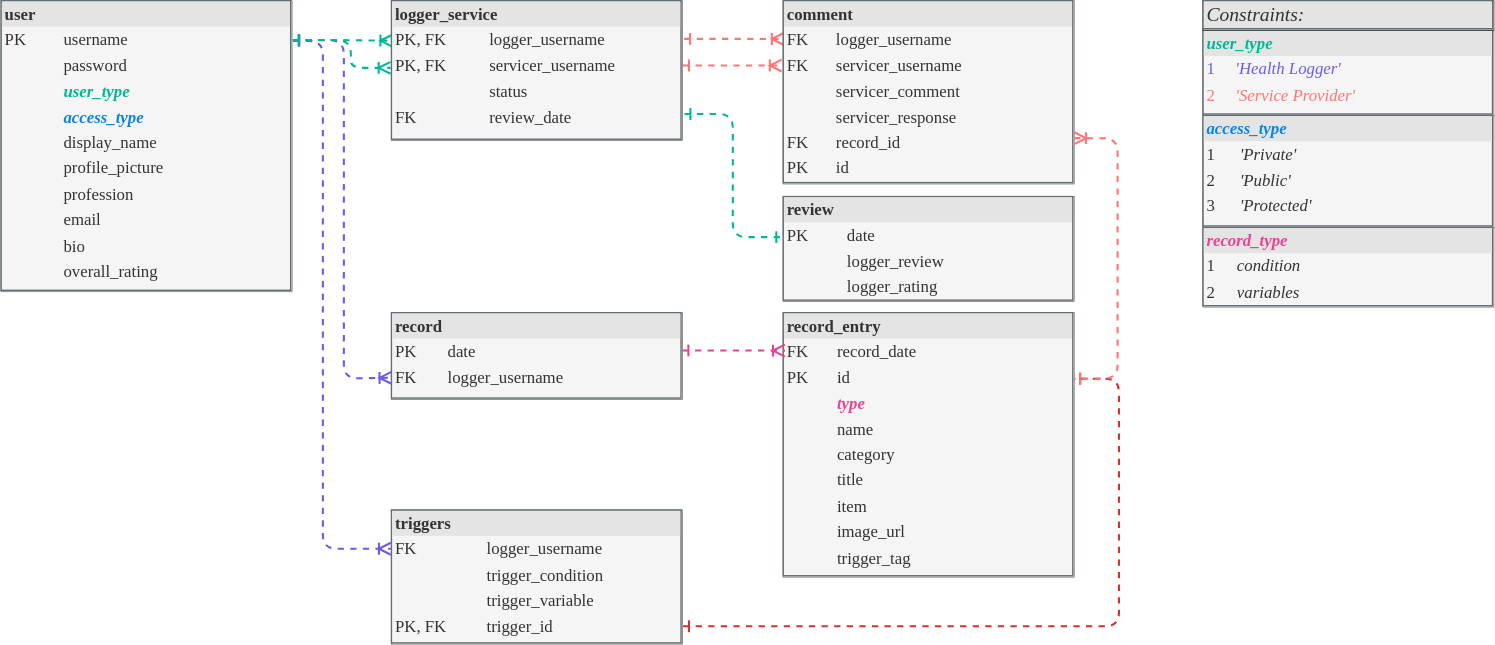
The draw.io diagram diagrams/database/display-db-rs.drawio.svg in mervin-njy/trigg-track-v2, before a commit. Source tidied: cells renumbered, new cells last; positions are measured from the earlier drawing's top-left corner, leaving out a move shared by most shapes.
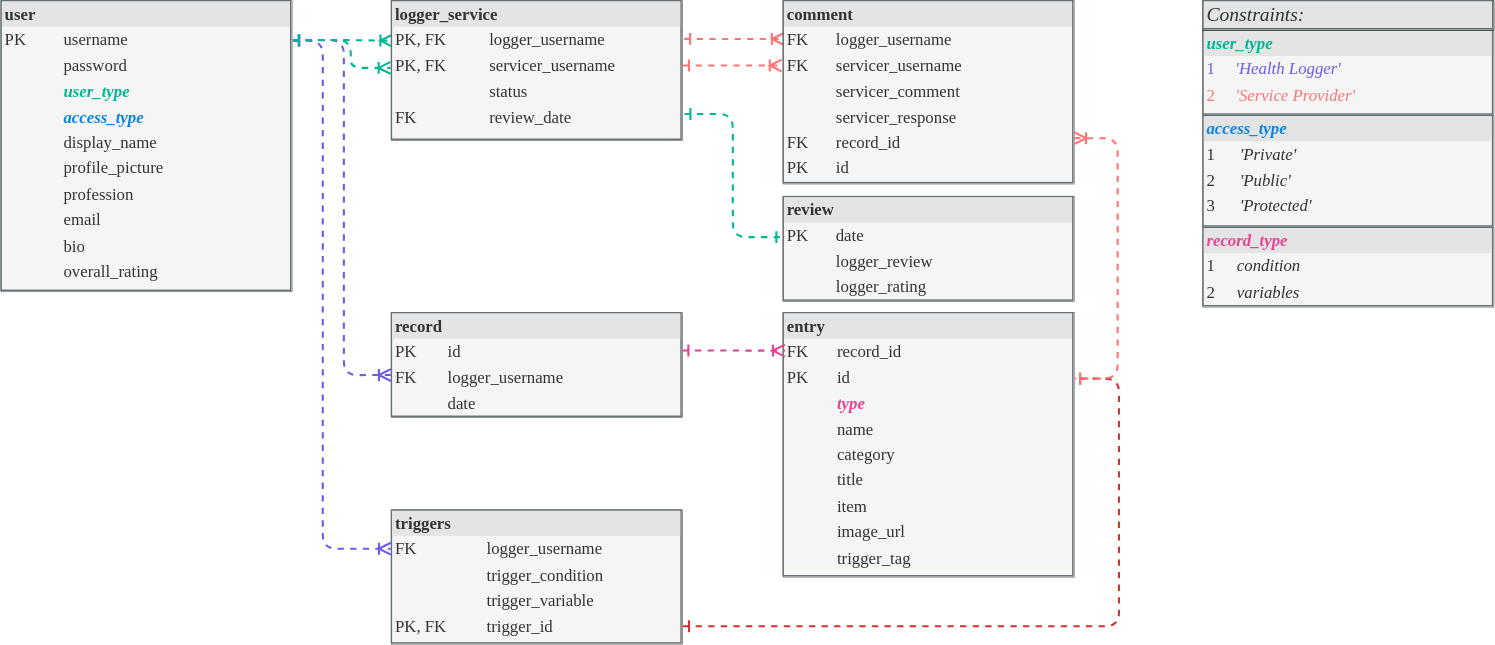
Later version of the same file.

Commit message:
reuse date (col_name) instead of year-month-day, LIKE regex works for getRecordEntriesOnDate (see description) - 10 endpoints done and works

What changed in the source:
```diff
@@ -12,14 +12,14 @@
         </Array>
       </mxGeometry>
     </mxCell>
-    <mxCell id="4" value="&lt;div style=&quot;box-sizing: border-box ; width: 100% ; background: #e4e4e4 ; padding: 2px&quot;&gt;&lt;b&gt;review&lt;/b&gt;&lt;/div&gt;&lt;table style=&quot;width: 100% ; font-size: 1em&quot; cellpadding=&quot;2&quot; cellspacing=&quot;0&quot;&gt;&lt;tbody&gt;&lt;tr&gt;&lt;td&gt;PK&lt;/td&gt;&lt;td&gt;date&lt;/td&gt;&lt;/tr&gt;&lt;tr&gt;&lt;td&gt;&lt;br&gt;&lt;/td&gt;&lt;td&gt;logger_review&lt;br&gt;&lt;/td&gt;&lt;/tr&gt;&lt;tr&gt;&lt;td&gt;&lt;/td&gt;&lt;td&gt;logger_rating&lt;/td&gt;&lt;/tr&gt;&lt;/tbody&gt;&lt;/table&gt;" style="verticalAlign=top;align=left;overflow=fill;html=1;rounded=0;shadow=0;comic=0;labelBackgroundColor=none;strokeWidth=0.5;fontFamily=Verdana;fontSize=12;fillColor=#f5f5f5;strokeColor=#666666;fontColor=#333333;labelBorderColor=#636e72;" parent="1" vertex="1">
+    <mxCell id="4" value="&lt;div style=&quot;box-sizing: border-box ; width: 100% ; background: #e4e4e4 ; padding: 2px&quot;&gt;&lt;b&gt;review&lt;/b&gt;&lt;/div&gt;&lt;table style=&quot;width: 100% ; font-size: 1em&quot; cellpadding=&quot;2&quot; cellspacing=&quot;0&quot;&gt;&lt;tbody&gt;&lt;tr&gt;&lt;td&gt;PK&lt;/td&gt;&lt;td&gt;date&lt;/td&gt;&lt;/tr&gt;&lt;tr&gt;&lt;td&gt;&lt;br&gt;&lt;/td&gt;&lt;td&gt;logger_review&amp;nbsp; &amp;nbsp; &amp;nbsp; &amp;nbsp;&lt;br&gt;&lt;/td&gt;&lt;/tr&gt;&lt;tr&gt;&lt;td&gt;&lt;/td&gt;&lt;td&gt;logger_rating&lt;/td&gt;&lt;/tr&gt;&lt;/tbody&gt;&lt;/table&gt;" style="verticalAlign=top;align=left;overflow=fill;html=1;rounded=0;shadow=0;comic=0;labelBackgroundColor=none;strokeWidth=0.5;fontFamily=Verdana;fontSize=12;fillColor=#f5f5f5;strokeColor=#666666;fontColor=#333333;labelBorderColor=#636e72;" parent="1" vertex="1">
       <mxGeometry x="559" y="140" width="208" height="75" as="geometry" />
     </mxCell>
     <mxCell id="5" style="edgeStyle=orthogonalEdgeStyle;html=1;dashed=1;labelBackgroundColor=none;startArrow=ERone;endArrow=ERone;fontFamily=Verdana;fontSize=12;align=left;endFill=0;startFill=0;exitX=1.007;exitY=0.81;exitDx=0;exitDy=0;strokeColor=#00b894;strokeWidth=1.5;entryX=-0.003;entryY=0.386;entryDx=0;entryDy=0;entryPerimeter=0;exitPerimeter=0;" parent="1" edge="1" source="10" target="4">
       <mxGeometry relative="1" as="geometry" />
     </mxCell>
-    <mxCell id="6" value="&lt;div style=&quot;box-sizing: border-box ; width: 100% ; background: #e4e4e4 ; padding: 2px&quot;&gt;&lt;b&gt;record&lt;/b&gt;&lt;/div&gt;&lt;table style=&quot;width: 100% ; font-size: 1em&quot; cellpadding=&quot;2&quot; cellspacing=&quot;0&quot;&gt;&lt;tbody&gt;&lt;tr&gt;&lt;td&gt;PK&lt;/td&gt;&lt;td&gt;date&lt;br&gt;&lt;/td&gt;&lt;/tr&gt;&lt;tr&gt;&lt;td&gt;FK&lt;/td&gt;&lt;td&gt;logger_username&lt;/td&gt;&lt;/tr&gt;&lt;/tbody&gt;&lt;/table&gt;" style="verticalAlign=top;align=left;overflow=fill;html=1;rounded=0;shadow=0;comic=0;labelBackgroundColor=none;strokeWidth=0.5;fontFamily=Verdana;fontSize=12;fillColor=#f5f5f5;strokeColor=#666666;fontColor=#333333;labelBorderColor=#636e72;" parent="1" vertex="1">
-      <mxGeometry x="279" y="223" width="208" height="62" as="geometry" />
+    <mxCell id="6" value="&lt;div style=&quot;box-sizing: border-box ; width: 100% ; background: #e4e4e4 ; padding: 2px&quot;&gt;&lt;b&gt;record&lt;/b&gt;&lt;/div&gt;&lt;table style=&quot;width: 100% ; font-size: 1em&quot; cellpadding=&quot;2&quot; cellspacing=&quot;0&quot;&gt;&lt;tbody&gt;&lt;tr&gt;&lt;td&gt;PK&lt;/td&gt;&lt;td&gt;id&lt;br&gt;&lt;/td&gt;&lt;/tr&gt;&lt;tr&gt;&lt;td&gt;FK&lt;/td&gt;&lt;td&gt;logger_username&lt;/td&gt;&lt;/tr&gt;&lt;tr&gt;&lt;td&gt;&lt;br&gt;&lt;/td&gt;&lt;td&gt;date&lt;/td&gt;&lt;/tr&gt;&lt;/tbody&gt;&lt;/table&gt;" style="verticalAlign=top;align=left;overflow=fill;html=1;rounded=0;shadow=0;comic=0;labelBackgroundColor=none;strokeWidth=0.5;fontFamily=Verdana;fontSize=12;fillColor=#f5f5f5;strokeColor=#666666;fontColor=#333333;labelBorderColor=#636e72;" parent="1" vertex="1">
+      <mxGeometry x="279" y="223" width="208" height="75" as="geometry" />
     </mxCell>
     <mxCell id="7" style="edgeStyle=elbowEdgeStyle;html=1;dashed=1;labelBackgroundColor=none;startArrow=ERone;endArrow=ERone;fontFamily=Verdana;fontSize=12;align=left;endFill=0;startFill=0;strokeColor=#d63031;strokeWidth=1.5;exitX=1.002;exitY=0.867;exitDx=0;exitDy=0;exitPerimeter=0;entryX=1;entryY=0.25;entryDx=0;entryDy=0;" parent="1" edge="1" source="9" target="14">
       <mxGeometry relative="1" as="geometry">
@@ -37,12 +37,11 @@
     <mxCell id="10" value="&lt;div style=&quot;box-sizing: border-box ; width: 100% ; background: #e4e4e4 ; padding: 2px&quot;&gt;&lt;b&gt;logger_service&lt;/b&gt;&lt;/div&gt;&lt;table style=&quot;width: 100% ; font-size: 1em&quot; cellpadding=&quot;2&quot; cellspacing=&quot;0&quot;&gt;&lt;tbody&gt;&lt;tr&gt;&lt;td&gt;PK, FK&lt;/td&gt;&lt;td&gt;&amp;nbsp; &amp;nbsp;logger_username&lt;/td&gt;&lt;/tr&gt;&lt;tr&gt;&lt;td&gt;PK, FK&lt;/td&gt;&lt;td&gt;&amp;nbsp; &amp;nbsp;servicer_username&lt;/td&gt;&lt;/tr&gt;&lt;tr&gt;&lt;td&gt;&lt;br&gt;&lt;/td&gt;&lt;td&gt;&amp;nbsp; &amp;nbsp;status&lt;/td&gt;&lt;/tr&gt;&lt;tr&gt;&lt;td&gt;FK&lt;/td&gt;&lt;td&gt;&amp;nbsp; &amp;nbsp;review_date&lt;/td&gt;&lt;/tr&gt;&lt;tr&gt;&lt;td&gt;&lt;br&gt;&lt;/td&gt;&lt;td&gt;&amp;nbsp; &amp;nbsp;&lt;/td&gt;&lt;/tr&gt;&lt;/tbody&gt;&lt;/table&gt;" style="verticalAlign=top;align=left;overflow=fill;html=1;rounded=0;shadow=0;comic=0;labelBackgroundColor=none;strokeWidth=0.5;fontFamily=Verdana;fontSize=12;fillColor=#f5f5f5;strokeColor=#666666;fontColor=#333333;labelBorderColor=#636e72;" parent="1" vertex="1">
       <mxGeometry x="279" width="208" height="100" as="geometry" />
     </mxCell>
-    <mxCell id="11" style="edgeStyle=orthogonalEdgeStyle;html=1;dashed=1;labelBackgroundColor=none;startArrow=ERone;endArrow=ERoneToMany;fontFamily=Verdana;fontSize=12;align=left;endFill=0;startFill=0;strokeColor=#6c5ce7;strokeWidth=1.5;exitX=1.004;exitY=0.136;exitDx=0;exitDy=0;exitPerimeter=0;entryX=0;entryY=0.75;entryDx=0;entryDy=0;" parent="1" edge="1" source="2" target="6">
+    <mxCell id="11" style="edgeStyle=orthogonalEdgeStyle;html=1;dashed=1;labelBackgroundColor=none;startArrow=ERone;endArrow=ERoneToMany;fontFamily=Verdana;fontSize=12;align=left;endFill=0;startFill=0;strokeColor=#6c5ce7;strokeWidth=1.5;exitX=1.004;exitY=0.136;exitDx=0;exitDy=0;exitPerimeter=0;entryX=-0.002;entryY=0.594;entryDx=0;entryDy=0;entryPerimeter=0;" parent="1" edge="1" source="2" target="6">
       <mxGeometry relative="1" as="geometry">
         <Array as="points">
           <mxPoint x="245" y="28" />
-          <mxPoint x="245" y="270" />
-          <mxPoint x="246" y="270" />
+          <mxPoint x="245" y="268" />
         </Array>
       </mxGeometry>
     </mxCell>
@@ -57,7 +56,7 @@
     <mxCell id="13" value="&lt;div style=&quot;box-sizing: border-box ; width: 100% ; background: #e4e4e4 ; padding: 2px&quot;&gt;&lt;b&gt;comment&lt;/b&gt;&lt;/div&gt;&lt;table style=&quot;width: 100% ; font-size: 1em&quot; cellpadding=&quot;2&quot; cellspacing=&quot;0&quot;&gt;&lt;tbody&gt;&lt;tr&gt;&lt;td&gt;FK&lt;/td&gt;&lt;td&gt;logger_username&lt;/td&gt;&lt;/tr&gt;&lt;tr&gt;&lt;td&gt;FK&lt;/td&gt;&lt;td&gt;servicer_username&lt;/td&gt;&lt;/tr&gt;&lt;tr&gt;&lt;td&gt;&lt;br&gt;&lt;/td&gt;&lt;td&gt;servicer_comment&lt;/td&gt;&lt;/tr&gt;&lt;tr&gt;&lt;td&gt;&lt;br&gt;&lt;/td&gt;&lt;td&gt;servicer_response&lt;br&gt;&lt;/td&gt;&lt;/tr&gt;&lt;tr&gt;&lt;td&gt;FK&lt;/td&gt;&lt;td&gt;record_id&lt;/td&gt;&lt;/tr&gt;&lt;tr&gt;&lt;td&gt;PK&lt;/td&gt;&lt;td&gt;id&lt;/td&gt;&lt;/tr&gt;&lt;/tbody&gt;&lt;/table&gt;" style="verticalAlign=top;align=left;overflow=fill;html=1;rounded=0;shadow=0;comic=0;labelBackgroundColor=none;strokeWidth=0.5;fontFamily=Verdana;fontSize=12;fillColor=#f5f5f5;strokeColor=#666666;fontColor=#333333;labelBorderColor=#636e72;" parent="1" vertex="1">
       <mxGeometry x="559" width="208" height="131" as="geometry" />
     </mxCell>
-    <mxCell id="14" value="&lt;div style=&quot;box-sizing: border-box ; width: 100% ; background: #e4e4e4 ; padding: 2px&quot;&gt;&lt;b&gt;record_entry&lt;/b&gt;&lt;/div&gt;&lt;table style=&quot;width: 100% ; font-size: 1em&quot; cellpadding=&quot;2&quot; cellspacing=&quot;0&quot;&gt;&lt;tbody&gt;&lt;tr&gt;&lt;td&gt;FK&lt;/td&gt;&lt;td&gt;record_date&lt;/td&gt;&lt;/tr&gt;&lt;tr&gt;&lt;td&gt;PK&lt;/td&gt;&lt;td&gt;id&lt;/td&gt;&lt;/tr&gt;&lt;tr&gt;&lt;td&gt;&lt;br&gt;&lt;/td&gt;&lt;td&gt;&lt;i&gt;&lt;b&gt;&lt;font color=&quot;#e84393&quot;&gt;type&lt;/font&gt;&lt;/b&gt;&lt;/i&gt;&lt;br&gt;&lt;/td&gt;&lt;/tr&gt;&lt;tr&gt;&lt;td&gt;&lt;br&gt;&lt;/td&gt;&lt;td&gt;name&lt;/td&gt;&lt;/tr&gt;&lt;tr&gt;&lt;td&gt;&lt;br&gt;&lt;/td&gt;&lt;td&gt;category&lt;/td&gt;&lt;/tr&gt;&lt;tr&gt;&lt;td&gt;&lt;br&gt;&lt;/td&gt;&lt;td&gt;title&lt;/td&gt;&lt;/tr&gt;&lt;tr&gt;&lt;td&gt;&lt;br&gt;&lt;/td&gt;&lt;td&gt;item&lt;br&gt;&lt;/td&gt;&lt;/tr&gt;&lt;tr&gt;&lt;td&gt;&lt;/td&gt;&lt;td&gt;image_url&amp;nbsp; &amp;nbsp; &amp;nbsp; &amp;nbsp; &amp;nbsp; &amp;nbsp; &amp;nbsp;&lt;/td&gt;&lt;/tr&gt;&lt;tr&gt;&lt;td&gt;&lt;br&gt;&lt;/td&gt;&lt;td&gt;trigger_tag&lt;/td&gt;&lt;/tr&gt;&lt;/tbody&gt;&lt;/table&gt;" style="verticalAlign=top;align=left;overflow=fill;html=1;rounded=0;shadow=0;comic=0;labelBackgroundColor=none;strokeWidth=0.5;fontFamily=Verdana;fontSize=12;fillColor=#f5f5f5;strokeColor=#666666;fontColor=#333333;labelBorderColor=#636e72;" parent="1" vertex="1">
+    <mxCell id="14" value="&lt;div style=&quot;box-sizing: border-box ; width: 100% ; background: #e4e4e4 ; padding: 2px&quot;&gt;&lt;b&gt;entry&lt;/b&gt;&lt;/div&gt;&lt;table style=&quot;width: 100% ; font-size: 1em&quot; cellpadding=&quot;2&quot; cellspacing=&quot;0&quot;&gt;&lt;tbody&gt;&lt;tr&gt;&lt;td&gt;FK&lt;/td&gt;&lt;td&gt;record_id&lt;/td&gt;&lt;/tr&gt;&lt;tr&gt;&lt;td&gt;PK&lt;/td&gt;&lt;td&gt;id&lt;/td&gt;&lt;/tr&gt;&lt;tr&gt;&lt;td&gt;&lt;br&gt;&lt;/td&gt;&lt;td&gt;&lt;i&gt;&lt;b&gt;&lt;font color=&quot;#e84393&quot;&gt;type&lt;/font&gt;&lt;/b&gt;&lt;/i&gt;&lt;br&gt;&lt;/td&gt;&lt;/tr&gt;&lt;tr&gt;&lt;td&gt;&lt;br&gt;&lt;/td&gt;&lt;td&gt;name&lt;/td&gt;&lt;/tr&gt;&lt;tr&gt;&lt;td&gt;&lt;br&gt;&lt;/td&gt;&lt;td&gt;category&lt;/td&gt;&lt;/tr&gt;&lt;tr&gt;&lt;td&gt;&lt;br&gt;&lt;/td&gt;&lt;td&gt;title&lt;/td&gt;&lt;/tr&gt;&lt;tr&gt;&lt;td&gt;&lt;br&gt;&lt;/td&gt;&lt;td&gt;item&lt;br&gt;&lt;/td&gt;&lt;/tr&gt;&lt;tr&gt;&lt;td&gt;&lt;/td&gt;&lt;td&gt;image_url&amp;nbsp; &amp;nbsp; &amp;nbsp; &amp;nbsp; &amp;nbsp; &amp;nbsp; &amp;nbsp;&lt;/td&gt;&lt;/tr&gt;&lt;tr&gt;&lt;td&gt;&lt;br&gt;&lt;/td&gt;&lt;td&gt;trigger_tag&lt;/td&gt;&lt;/tr&gt;&lt;/tbody&gt;&lt;/table&gt;" style="verticalAlign=top;align=left;overflow=fill;html=1;rounded=0;shadow=0;comic=0;labelBackgroundColor=none;strokeWidth=0.5;fontFamily=Verdana;fontSize=12;fillColor=#f5f5f5;strokeColor=#666666;fontColor=#333333;labelBorderColor=#636e72;" parent="1" vertex="1">
       <mxGeometry x="559" y="222.9" width="208" height="189.1" as="geometry" />
     </mxCell>
     <mxCell id="15" style="edgeStyle=orthogonalEdgeStyle;html=1;dashed=1;labelBackgroundColor=none;startArrow=ERoneToMany;endArrow=ERone;fontFamily=Verdana;fontSize=12;align=left;endFill=0;startFill=0;strokeColor=#FF7675;strokeWidth=1.5;exitX=1;exitY=0.75;exitDx=0;exitDy=0;entryX=1;entryY=0.25;entryDx=0;entryDy=0;" parent="1" edge="1" source="13" target="14">
```
